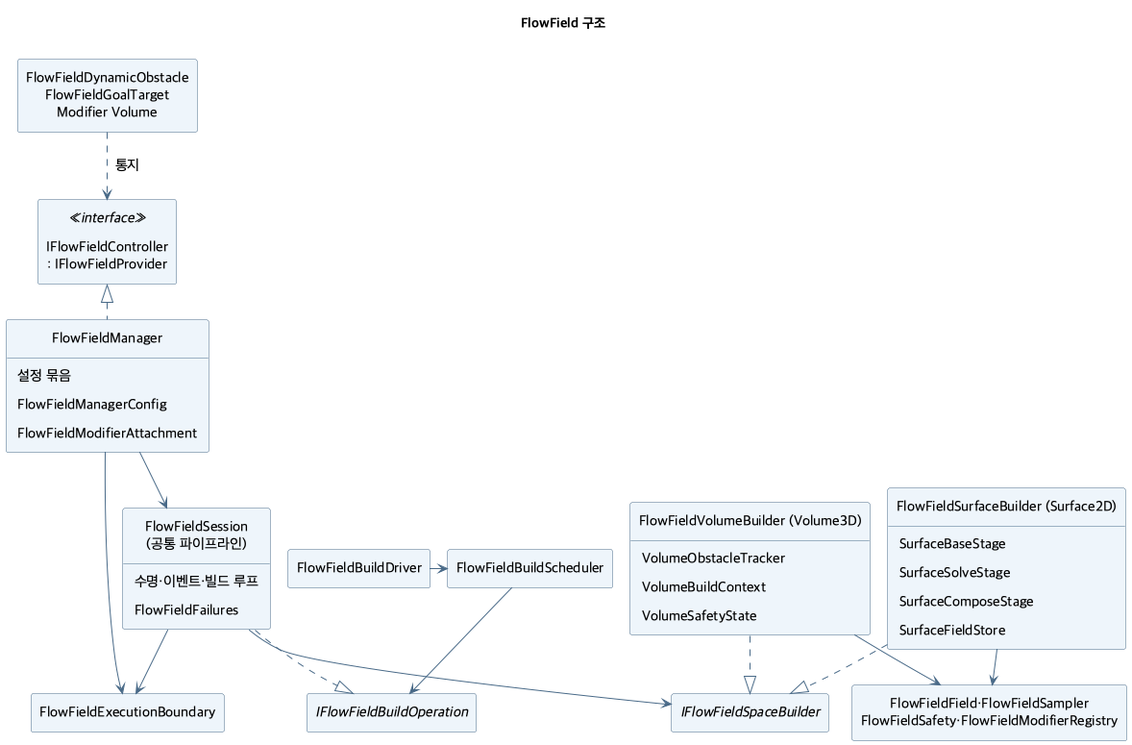
This is ToyProject/Assets/_FlowField/Docs/Images/flowfield-structure.png from youwonsock/tool-unity-editor, a PlantUML export, as it was before one commit. Source of this version:
```plantuml
@startuml flowfield-structure
!pragma layout smetana
skinparam shadowing false
skinparam defaultFontName "Apple SD Gothic Neo"
skinparam defaultFontSize 15
skinparam ArrowColor #496A88
skinparam Padding 6
skinparam classBackgroundColor #EEF5FB
skinparam classBorderColor #496A88
hide empty members
hide circle
title FlowField 구조

class "IFlowFieldController\n: IFlowFieldProvider" as API <<interface>>
class FlowFieldManager {
  설정 묶음
  FlowFieldManagerConfig
  FlowFieldModifierAttachment
}
class FlowFieldExecutionBoundary
class FlowFieldBuildDriver
class FlowFieldBuildScheduler
interface IFlowFieldBuildOperation
class "FlowFieldSession\n(공통 파이프라인)" as Session {
  수명·이벤트·빌드 루프
  FlowFieldFailures
}
interface IFlowFieldSpaceBuilder
class "FlowFieldSurfaceBuilder (Surface2D)" as Surface {
  SurfaceBaseStage
  SurfaceSolveStage
  SurfaceComposeStage
  SurfaceFieldStore
}
class "FlowFieldVolumeBuilder (Volume3D)" as Volume {
  VolumeObstacleTracker
  VolumeBuildContext
  VolumeSafetyState
}
class "FlowFieldField·FlowFieldSampler\nFlowFieldSafety·FlowFieldModifierRegistry" as Shared
class "FlowFieldDynamicObstacle\nFlowFieldGoalTarget\nModifier Volume" as Components

FlowFieldManager .up.|> API
FlowFieldManager --> Session
FlowFieldManager --> FlowFieldExecutionBoundary
Components ..> API : 통지
Session --> IFlowFieldSpaceBuilder
Surface ..|> IFlowFieldSpaceBuilder
Volume ..|> IFlowFieldSpaceBuilder
Surface --> Shared
Volume --> Shared
Session --> FlowFieldExecutionBoundary
Session ..|> IFlowFieldBuildOperation
FlowFieldBuildScheduler --> IFlowFieldBuildOperation
FlowFieldBuildDriver -right-> FlowFieldBuildScheduler
@enduml
```
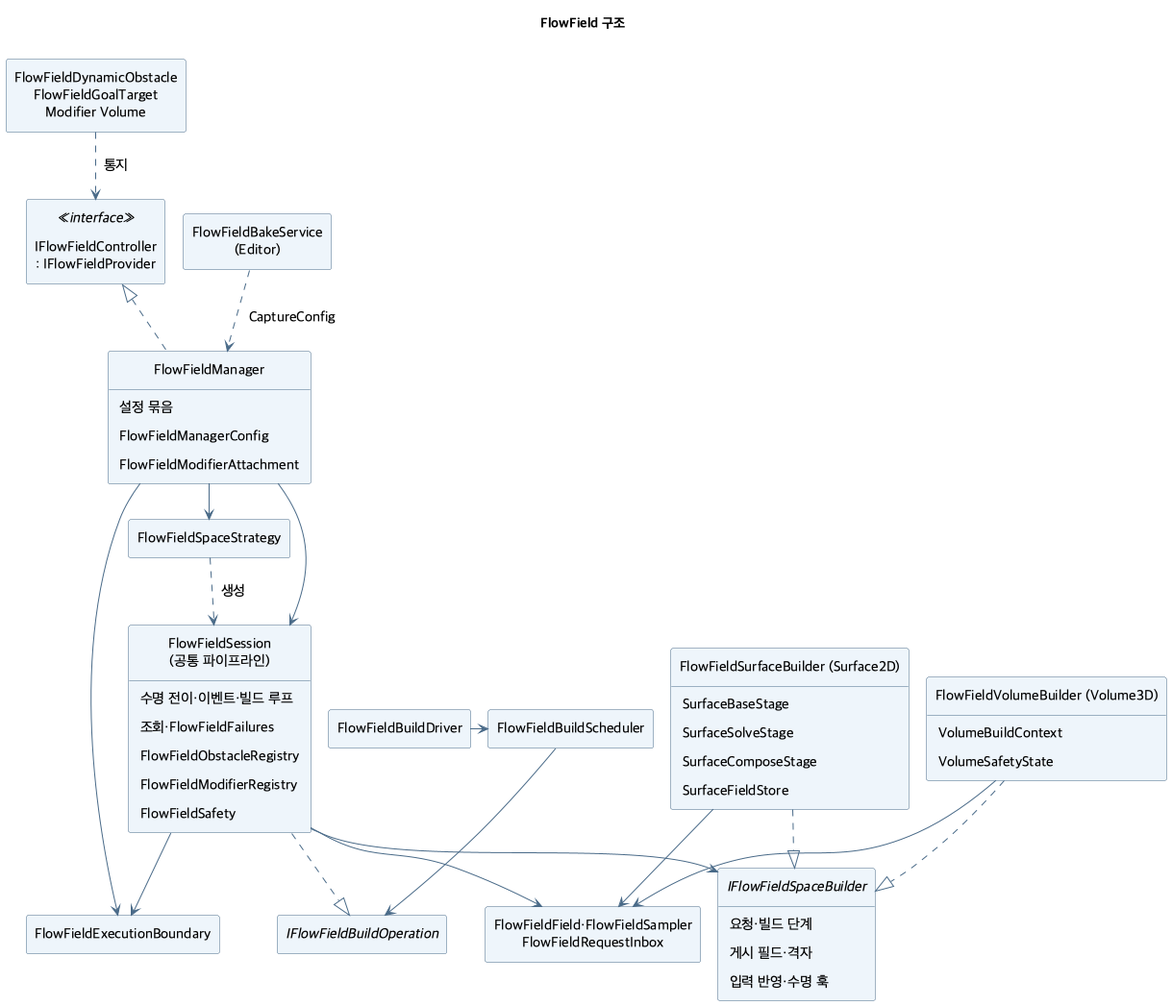
Later version of the same file.

What changed in the source:
```diff
@@ -21,11 +21,19 @@
 class FlowFieldBuildDriver
 class FlowFieldBuildScheduler
 interface IFlowFieldBuildOperation
+class FlowFieldSpaceStrategy
 class "FlowFieldSession\n(공통 파이프라인)" as Session {
-  수명·이벤트·빌드 루프
-  FlowFieldFailures
+  수명 전이·이벤트·빌드 루프
+  조회·FlowFieldFailures
+  FlowFieldObstacleRegistry
+  FlowFieldModifierRegistry
+  FlowFieldSafety
 }
-interface IFlowFieldSpaceBuilder
+interface IFlowFieldSpaceBuilder {
+  요청·빌드 단계
+  게시 필드·격자
+  입력 반영·수명 훅
+}
 class "FlowFieldSurfaceBuilder (Surface2D)" as Surface {
   SurfaceBaseStage
   SurfaceSolveStage
@@ -33,15 +41,18 @@
   SurfaceFieldStore
 }
 class "FlowFieldVolumeBuilder (Volume3D)" as Volume {
-  VolumeObstacleTracker
   VolumeBuildContext
   VolumeSafetyState
 }
-class "FlowFieldField·FlowFieldSampler\nFlowFieldSafety·FlowFieldModifierRegistry" as Shared
+class "FlowFieldField·FlowFieldSampler\nFlowFieldRequestInbox" as Shared
+class "FlowFieldBakeService\n(Editor)" as BakeService
 class "FlowFieldDynamicObstacle\nFlowFieldGoalTarget\nModifier Volume" as Components
 
 FlowFieldManager .up.|> API
 FlowFieldManager --> Session
+FlowFieldManager --> FlowFieldSpaceStrategy
+FlowFieldSpaceStrategy ..> Session : 생성
+BakeService ..> FlowFieldManager : CaptureConfig
 FlowFieldManager --> FlowFieldExecutionBoundary
 Components ..> API : 통지
 Session --> IFlowFieldSpaceBuilder
@@ -50,6 +61,7 @@
 Surface --> Shared
 Volume --> Shared
 Session --> FlowFieldExecutionBoundary
+Session --> Shared
 Session ..|> IFlowFieldBuildOperation
 FlowFieldBuildScheduler --> IFlowFieldBuildOperation
 FlowFieldBuildDriver -right-> FlowFieldBuildScheduler
```
